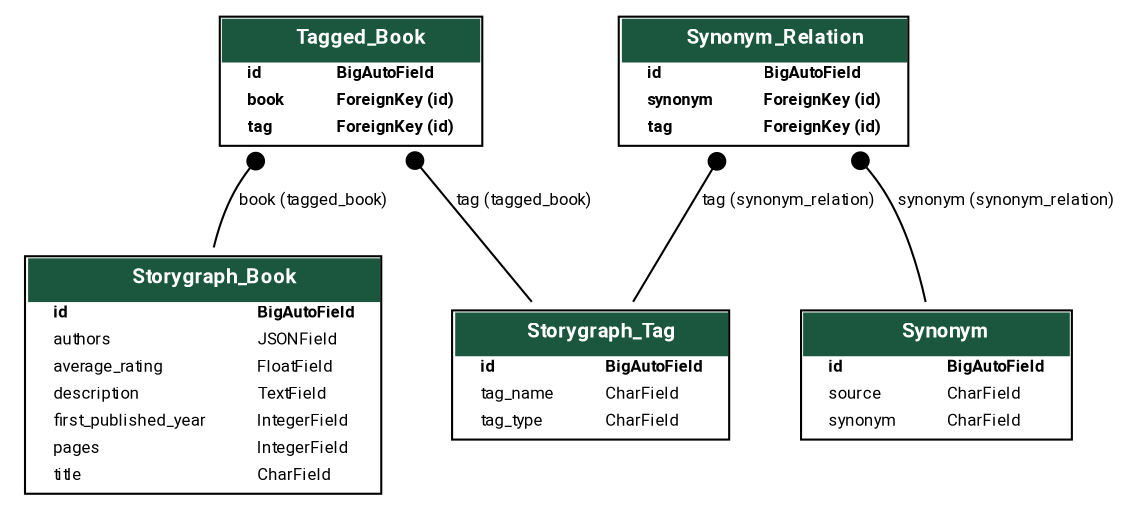
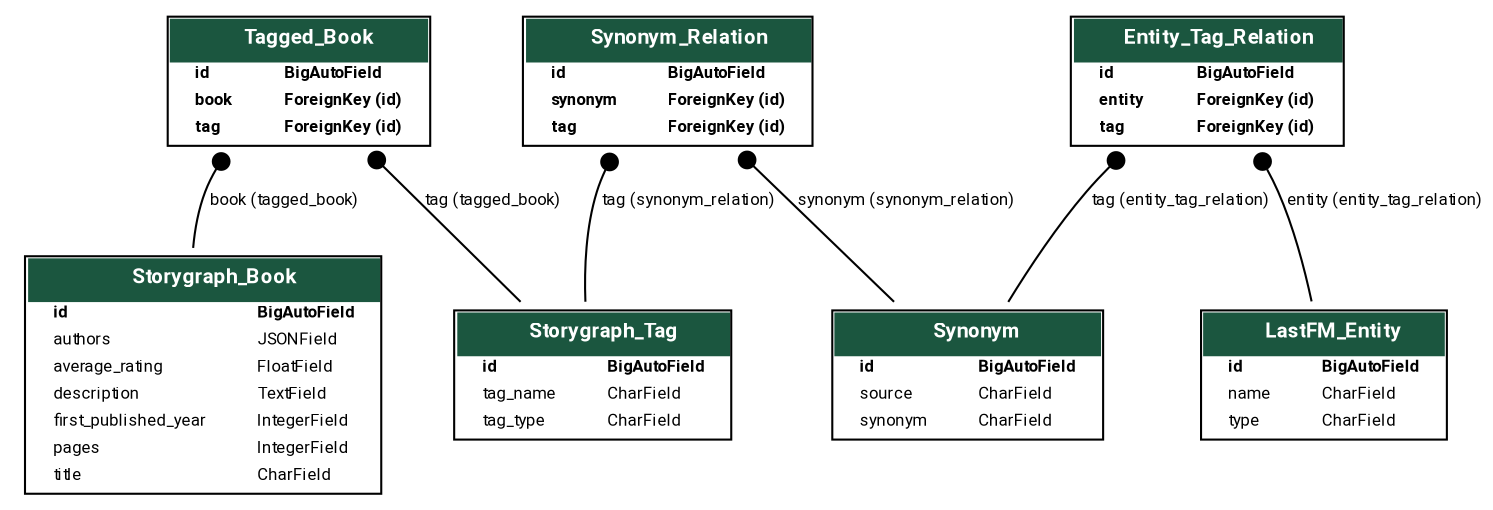
digraph model_graph {
  // Dotfile by Django-Extensions graph_models
-   // Created: 2025-12-26 20:51
+   // Created: 2026-01-11 18:42


  fontname = "Roboto"
  fontsize = 8
  splines  = true
  rankdir = "TB"


  node [
    fontname = "Roboto"
    fontsize = 8
    shape = "plaintext"
  ]

  edge [
    fontname = "Roboto"
    fontsize = 8
  ]

  // Labels


  webapp_models_Storygraph_Book [label=<
    <TABLE BGCOLOR="white" BORDER="1" CELLBORDER="0" CELLSPACING="0">
    <TR><TD COLSPAN="2" CELLPADDING="5" ALIGN="CENTER" BGCOLOR="#1b563f">
    <FONT FACE="Roboto" COLOR="white" POINT-SIZE="10"><B>
    Storygraph_Book
    </B></FONT></TD></TR>


    <TR><TD ALIGN="LEFT" BORDER="0">
    <FONT FACE="Roboto"><B>id</B></FONT>
    </TD><TD ALIGN="LEFT">
    <FONT FACE="Roboto"><B>BigAutoField</B></FONT>
    </TD></TR>



    <TR><TD ALIGN="LEFT" BORDER="0">
    <FONT FACE="Roboto">authors</FONT>
    </TD><TD ALIGN="LEFT">
    <FONT FACE="Roboto">JSONField</FONT>
    </TD></TR>



    <TR><TD ALIGN="LEFT" BORDER="0">
    <FONT FACE="Roboto">average_rating</FONT>
    </TD><TD ALIGN="LEFT">
    <FONT FACE="Roboto">FloatField</FONT>
    </TD></TR>



    <TR><TD ALIGN="LEFT" BORDER="0">
    <FONT FACE="Roboto">description</FONT>
    </TD><TD ALIGN="LEFT">
    <FONT FACE="Roboto">TextField</FONT>
    </TD></TR>



    <TR><TD ALIGN="LEFT" BORDER="0">
    <FONT FACE="Roboto">first_published_year</FONT>
    </TD><TD ALIGN="LEFT">
    <FONT FACE="Roboto">IntegerField</FONT>
    </TD></TR>



    <TR><TD ALIGN="LEFT" BORDER="0">
    <FONT FACE="Roboto">pages</FONT>
    </TD><TD ALIGN="LEFT">
    <FONT FACE="Roboto">IntegerField</FONT>
    </TD></TR>



    <TR><TD ALIGN="LEFT" BORDER="0">
    <FONT FACE="Roboto">title</FONT>
    </TD><TD ALIGN="LEFT">
    <FONT FACE="Roboto">CharField</FONT>
    </TD></TR>


    </TABLE>
    >]

  webapp_models_Storygraph_Tag [label=<
    <TABLE BGCOLOR="white" BORDER="1" CELLBORDER="0" CELLSPACING="0">
    <TR><TD COLSPAN="2" CELLPADDING="5" ALIGN="CENTER" BGCOLOR="#1b563f">
    <FONT FACE="Roboto" COLOR="white" POINT-SIZE="10"><B>
    Storygraph_Tag
    </B></FONT></TD></TR>


    <TR><TD ALIGN="LEFT" BORDER="0">
    <FONT FACE="Roboto"><B>id</B></FONT>
    </TD><TD ALIGN="LEFT">
    <FONT FACE="Roboto"><B>BigAutoField</B></FONT>
    </TD></TR>



    <TR><TD ALIGN="LEFT" BORDER="0">
    <FONT FACE="Roboto">tag_name</FONT>
    </TD><TD ALIGN="LEFT">
    <FONT FACE="Roboto">CharField</FONT>
    </TD></TR>



    <TR><TD ALIGN="LEFT" BORDER="0">
    <FONT FACE="Roboto">tag_type</FONT>
    </TD><TD ALIGN="LEFT">
    <FONT FACE="Roboto">CharField</FONT>
    </TD></TR>


    </TABLE>
    >]

  webapp_models_Tagged_Book [label=<
    <TABLE BGCOLOR="white" BORDER="1" CELLBORDER="0" CELLSPACING="0">
    <TR><TD COLSPAN="2" CELLPADDING="5" ALIGN="CENTER" BGCOLOR="#1b563f">
    <FONT FACE="Roboto" COLOR="white" POINT-SIZE="10"><B>
    Tagged_Book
    </B></FONT></TD></TR>


    <TR><TD ALIGN="LEFT" BORDER="0">
    <FONT FACE="Roboto"><B>id</B></FONT>
    </TD><TD ALIGN="LEFT">
    <FONT FACE="Roboto"><B>BigAutoField</B></FONT>
    </TD></TR>



    <TR><TD ALIGN="LEFT" BORDER="0">
    <FONT FACE="Roboto"><B>book</B></FONT>
    </TD><TD ALIGN="LEFT">
    <FONT FACE="Roboto"><B>ForeignKey (id)</B></FONT>
    </TD></TR>



    <TR><TD ALIGN="LEFT" BORDER="0">
    <FONT FACE="Roboto"><B>tag</B></FONT>
    </TD><TD ALIGN="LEFT">
    <FONT FACE="Roboto"><B>ForeignKey (id)</B></FONT>
    </TD></TR>


    </TABLE>
    >]

  webapp_models_Synonym [label=<
    <TABLE BGCOLOR="white" BORDER="1" CELLBORDER="0" CELLSPACING="0">
    <TR><TD COLSPAN="2" CELLPADDING="5" ALIGN="CENTER" BGCOLOR="#1b563f">
    <FONT FACE="Roboto" COLOR="white" POINT-SIZE="10"><B>
    Synonym
    </B></FONT></TD></TR>


    <TR><TD ALIGN="LEFT" BORDER="0">
    <FONT FACE="Roboto"><B>id</B></FONT>
    </TD><TD ALIGN="LEFT">
    <FONT FACE="Roboto"><B>BigAutoField</B></FONT>
    </TD></TR>



    <TR><TD ALIGN="LEFT" BORDER="0">
    <FONT FACE="Roboto">source</FONT>
    </TD><TD ALIGN="LEFT">
    <FONT FACE="Roboto">CharField</FONT>
    </TD></TR>



    <TR><TD ALIGN="LEFT" BORDER="0">
    <FONT FACE="Roboto">synonym</FONT>
    </TD><TD ALIGN="LEFT">
    <FONT FACE="Roboto">CharField</FONT>
    </TD></TR>


    </TABLE>
    >]

  webapp_models_Synonym_Relation [label=<
    <TABLE BGCOLOR="white" BORDER="1" CELLBORDER="0" CELLSPACING="0">
    <TR><TD COLSPAN="2" CELLPADDING="5" ALIGN="CENTER" BGCOLOR="#1b563f">
    <FONT FACE="Roboto" COLOR="white" POINT-SIZE="10"><B>
    Synonym_Relation
    </B></FONT></TD></TR>


    <TR><TD ALIGN="LEFT" BORDER="0">
    <FONT FACE="Roboto"><B>id</B></FONT>
    </TD><TD ALIGN="LEFT">
    <FONT FACE="Roboto"><B>BigAutoField</B></FONT>
    </TD></TR>



    <TR><TD ALIGN="LEFT" BORDER="0">
    <FONT FACE="Roboto"><B>synonym</B></FONT>
    </TD><TD ALIGN="LEFT">
    <FONT FACE="Roboto"><B>ForeignKey (id)</B></FONT>
    </TD></TR>



    <TR><TD ALIGN="LEFT" BORDER="0">
    <FONT FACE="Roboto"><B>tag</B></FONT>
    </TD><TD ALIGN="LEFT">
    <FONT FACE="Roboto"><B>ForeignKey (id)</B></FONT>
    </TD></TR>


    </TABLE>
    >]

+   webapp_models_LastFM_Entity [label=<
+     <TABLE BGCOLOR="white" BORDER="1" CELLBORDER="0" CELLSPACING="0">
+     <TR><TD COLSPAN="2" CELLPADDING="5" ALIGN="CENTER" BGCOLOR="#1b563f">
+     <FONT FACE="Roboto" COLOR="white" POINT-SIZE="10"><B>
+     LastFM_Entity
+     </B></FONT></TD></TR>
+ 
+ 
+     <TR><TD ALIGN="LEFT" BORDER="0">
+     <FONT FACE="Roboto"><B>id</B></FONT>
+     </TD><TD ALIGN="LEFT">
+     <FONT FACE="Roboto"><B>BigAutoField</B></FONT>
+     </TD></TR>
+ 
+ 
+ 
+     <TR><TD ALIGN="LEFT" BORDER="0">
+     <FONT FACE="Roboto">name</FONT>
+     </TD><TD ALIGN="LEFT">
+     <FONT FACE="Roboto">CharField</FONT>
+     </TD></TR>
+ 
+ 
+ 
+     <TR><TD ALIGN="LEFT" BORDER="0">
+     <FONT FACE="Roboto">type</FONT>
+     </TD><TD ALIGN="LEFT">
+     <FONT FACE="Roboto">CharField</FONT>
+     </TD></TR>
+ 
+ 
+     </TABLE>
+     >]
+ 
+   webapp_models_Entity_Tag_Relation [label=<
+     <TABLE BGCOLOR="white" BORDER="1" CELLBORDER="0" CELLSPACING="0">
+     <TR><TD COLSPAN="2" CELLPADDING="5" ALIGN="CENTER" BGCOLOR="#1b563f">
+     <FONT FACE="Roboto" COLOR="white" POINT-SIZE="10"><B>
+     Entity_Tag_Relation
+     </B></FONT></TD></TR>
+ 
+ 
+     <TR><TD ALIGN="LEFT" BORDER="0">
+     <FONT FACE="Roboto"><B>id</B></FONT>
+     </TD><TD ALIGN="LEFT">
+     <FONT FACE="Roboto"><B>BigAutoField</B></FONT>
+     </TD></TR>
+ 
+ 
+ 
+     <TR><TD ALIGN="LEFT" BORDER="0">
+     <FONT FACE="Roboto"><B>entity</B></FONT>
+     </TD><TD ALIGN="LEFT">
+     <FONT FACE="Roboto"><B>ForeignKey (id)</B></FONT>
+     </TD></TR>
+ 
+ 
+ 
+     <TR><TD ALIGN="LEFT" BORDER="0">
+     <FONT FACE="Roboto"><B>tag</B></FONT>
+     </TD><TD ALIGN="LEFT">
+     <FONT FACE="Roboto"><B>ForeignKey (id)</B></FONT>
+     </TD></TR>
+ 
+ 
+     </TABLE>
+     >]
+ 



  // Relations

  webapp_models_Tagged_Book -> webapp_models_Storygraph_Book
  [label=" book (tagged_book)"] [arrowhead=none, arrowtail=dot, dir=both];

  webapp_models_Tagged_Book -> webapp_models_Storygraph_Tag
  [label=" tag (tagged_book)"] [arrowhead=none, arrowtail=dot, dir=both];

  webapp_models_Synonym_Relation -> webapp_models_Storygraph_Tag
  [label=" tag (synonym_relation)"] [arrowhead=none, arrowtail=dot, dir=both];

  webapp_models_Synonym_Relation -> webapp_models_Synonym
  [label=" synonym (synonym_relation)"] [arrowhead=none, arrowtail=dot, dir=both];

+   webapp_models_Entity_Tag_Relation -> webapp_models_LastFM_Entity
+   [label=" entity (entity_tag_relation)"] [arrowhead=none, arrowtail=dot, dir=both];
+ 
+   webapp_models_Entity_Tag_Relation -> webapp_models_Synonym
+   [label=" tag (entity_tag_relation)"] [arrowhead=none, arrowtail=dot, dir=both];
+ 

}
